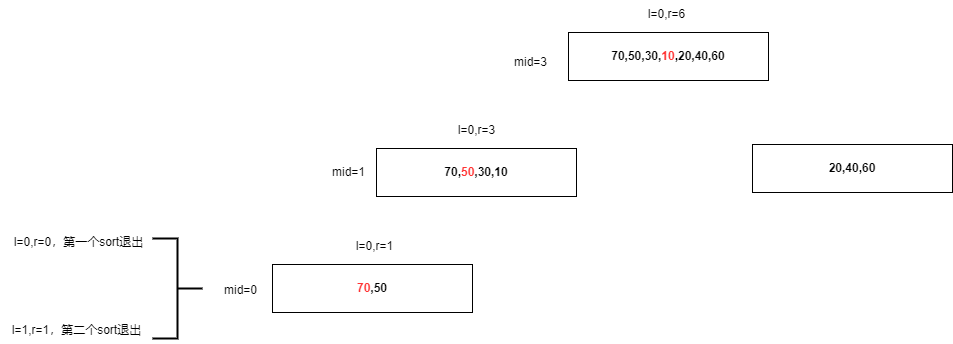
The draw.io diagram AlgorithmsAndDataStructures/归并算法.drawio.png in wjb0823/drawio, before a commit. Source tidied: cells renumbered, new cells last; positions are measured from the earlier drawing's top-left corner, leaving out a move shared by most shapes.
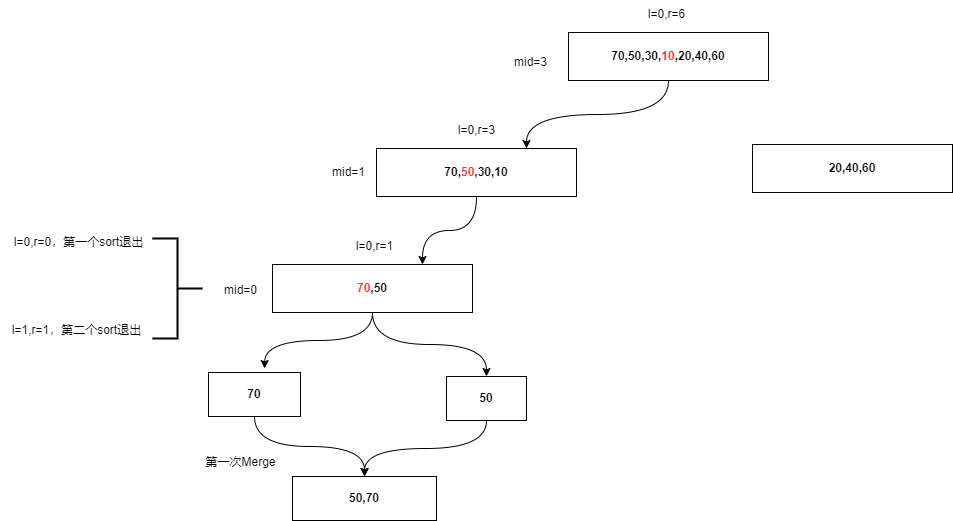
The same diagram one commit later.

Commit message:
更新归并算法.drawio.png

What changed in the source:
```diff
@@ -2,15 +2,29 @@
   <root>
     <mxCell id="0" />
     <mxCell id="1" parent="0" />
+    <mxCell id="15" style="edgeStyle=orthogonalEdgeStyle;rounded=0;jettySize=auto;html=1;exitX=0.5;exitY=1;exitDx=0;exitDy=0;entryX=0.75;entryY=0;entryDx=0;entryDy=0;curved=1;" parent="1" edge="1" source="2" target="4">
+      <mxGeometry relative="1" as="geometry" />
+    </mxCell>
     <mxCell id="2" value="&lt;b&gt;70,50,30,&lt;font color=&quot;#ff3333&quot;&gt;10&lt;/font&gt;,20,40,60&lt;/b&gt;" style="rounded=0;whiteSpace=wrap;html=1;" parent="1" vertex="1">
       <mxGeometry x="568" y="32" width="200" height="48" as="geometry" />
     </mxCell>
     <mxCell id="3" value="&lt;b&gt;20,40,60&lt;/b&gt;" style="rounded=0;whiteSpace=wrap;html=1;" parent="1" vertex="1">
       <mxGeometry x="752" y="144" width="200" height="48" as="geometry" />
     </mxCell>
+    <mxCell id="16" style="edgeStyle=orthogonalEdgeStyle;rounded=0;jettySize=auto;html=1;entryX=0.75;entryY=0;entryDx=0;entryDy=0;curved=1;" parent="1" edge="1" source="4" target="5">
+      <mxGeometry relative="1" as="geometry" />
+    </mxCell>
     <mxCell id="4" value="&lt;b&gt;70,&lt;font color=&quot;#ff3333&quot;&gt;50&lt;/font&gt;,30,10&lt;/b&gt;" style="rounded=0;whiteSpace=wrap;html=1;" parent="1" vertex="1">
       <mxGeometry x="376" y="148" width="200" height="48" as="geometry" />
     </mxCell>
+    <mxCell id="17" style="edgeStyle=orthogonalEdgeStyle;rounded=0;jettySize=auto;html=1;exitX=0.5;exitY=1;exitDx=0;exitDy=0;curved=1;" parent="1" edge="1" source="5">
+      <mxGeometry relative="1" as="geometry">
+        <mxPoint x="264" y="368" as="targetPoint" />
+      </mxGeometry>
+    </mxCell>
+    <mxCell id="18" style="edgeStyle=orthogonalEdgeStyle;rounded=0;jettySize=auto;html=1;exitX=0.5;exitY=1;exitDx=0;exitDy=0;entryX=0.5;entryY=0;entryDx=0;entryDy=0;curved=1;" parent="1" edge="1" source="5" target="22">
+      <mxGeometry relative="1" as="geometry" />
+    </mxCell>
     <mxCell id="5" value="&lt;b&gt;&lt;font color=&quot;#ff3333&quot;&gt;70&lt;/font&gt;,50&lt;/b&gt;" style="rounded=0;whiteSpace=wrap;html=1;" parent="1" vertex="1">
       <mxGeometry x="272" y="264" width="200" height="48" as="geometry" />
     </mxCell>
@@ -41,5 +55,25 @@
     <mxCell id="14" value="l=1,r=1，第二个sort退出" style="text;html=1;align=center;verticalAlign=middle;strokeColor=none;fillColor=none;" parent="1" vertex="1">
       <mxGeometry y="316" width="152" height="28" as="geometry" />
     </mxCell>
+    <mxCell id="19" style="edgeStyle=orthogonalEdgeStyle;rounded=0;jettySize=auto;html=1;entryX=0.5;entryY=0;entryDx=0;entryDy=0;curved=1;" parent="1" edge="1" source="20" target="23">
+      <mxGeometry relative="1" as="geometry" />
+    </mxCell>
+    <mxCell id="20" value="&lt;b style=&quot;&quot;&gt;70&lt;/b&gt;" style="rounded=0;whiteSpace=wrap;html=1;" parent="1" vertex="1">
+      <mxGeometry x="208" y="372" width="92" height="44" as="geometry" />
+    </mxCell>
+    <mxCell id="21" style="edgeStyle=orthogonalEdgeStyle;rounded=0;jettySize=auto;html=1;exitX=0.5;exitY=1;exitDx=0;exitDy=0;curved=1;" parent="1" edge="1" source="22">
+      <mxGeometry relative="1" as="geometry">
+        <mxPoint x="364" y="476" as="targetPoint" />
+      </mxGeometry>
+    </mxCell>
+    <mxCell id="22" value="&lt;b style=&quot;&quot;&gt;50&lt;/b&gt;" style="rounded=0;whiteSpace=wrap;html=1;" parent="1" vertex="1">
+      <mxGeometry x="446" y="376" width="80" height="44" as="geometry" />
+    </mxCell>
+    <mxCell id="23" value="&lt;b style=&quot;&quot;&gt;50,70&lt;/b&gt;" style="rounded=0;whiteSpace=wrap;html=1;" parent="1" vertex="1">
+      <mxGeometry x="292" y="476" width="144" height="44" as="geometry" />
+    </mxCell>
+    <mxCell id="24" value="第一次Merge" style="text;html=1;align=center;verticalAlign=middle;strokeColor=none;fillColor=none;" parent="1" vertex="1">
+      <mxGeometry x="194" y="448" width="92" height="28" as="geometry" />
+    </mxCell>
   </root>
 </mxGraphModel>
```
